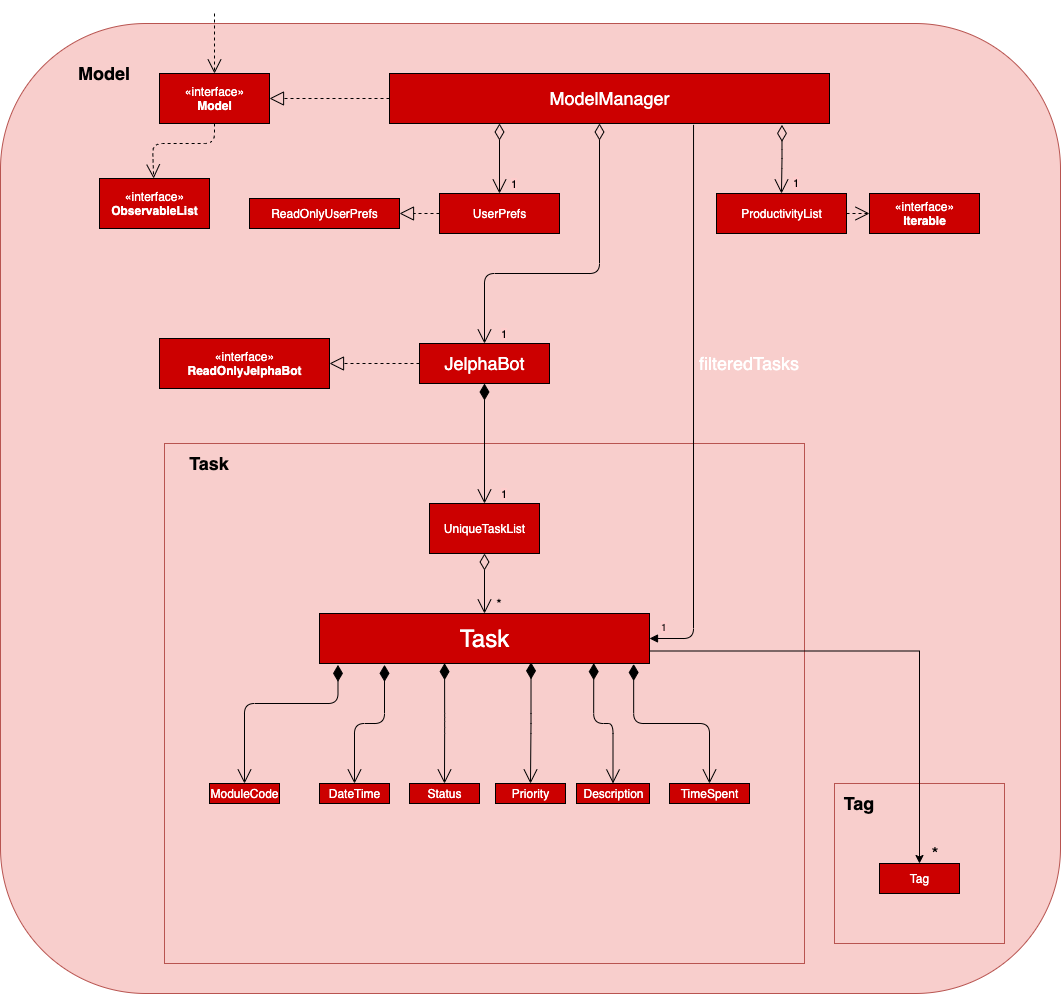
Earlier version of the draw.io export docs/images/ModelClassDiagram.png (yapdianhao/main). Source tidied: cells renumbered, new cells last; positions are measured from the earlier drawing's top-left corner, leaving out a move shared by most shapes.
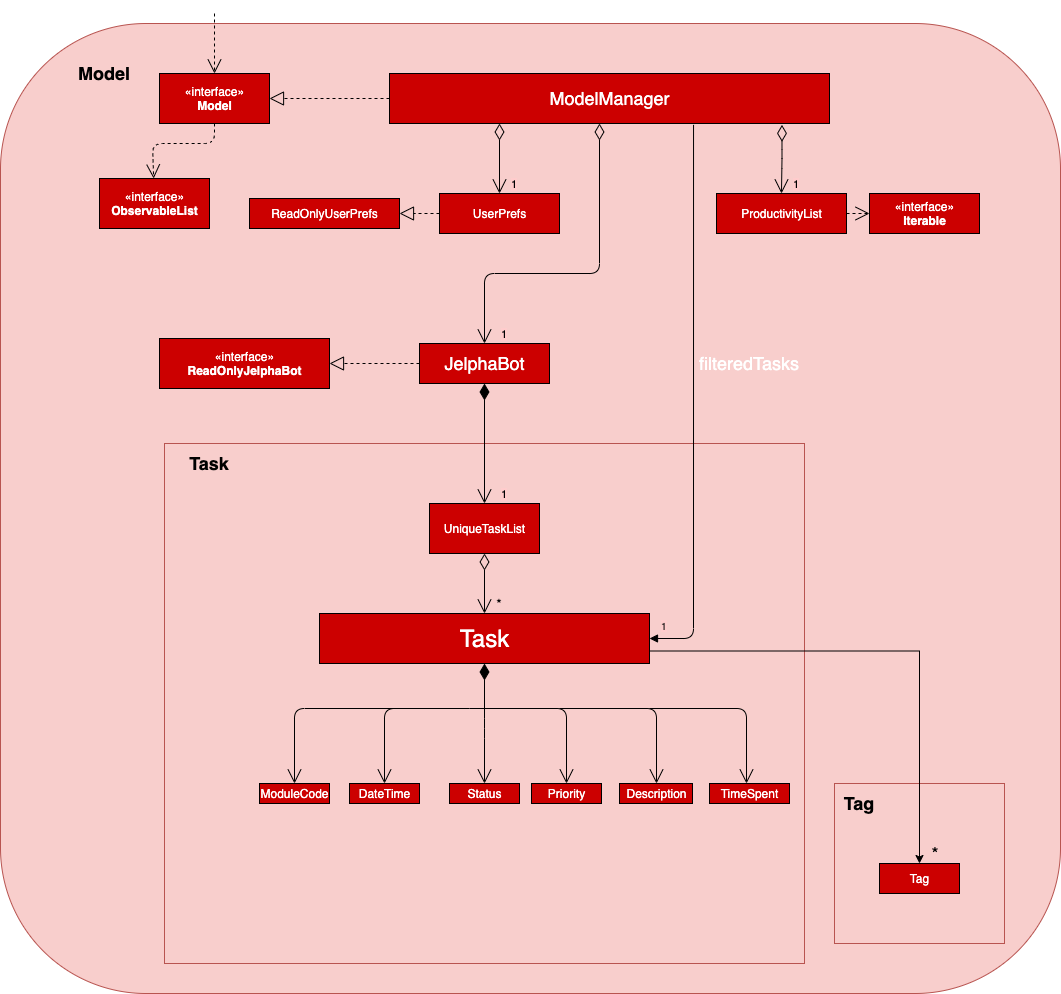
After the change.

Commit message:
Updated ModelClassDiagram to have arrows joined together instead of separate arrows

What changed in the source:
```diff
@@ -116,22 +116,22 @@
       <mxGeometry x="189" y="440" width="40" height="20" as="geometry" />
     </mxCell>
     <mxCell id="33" value="&lt;font color=&quot;#ffffff&quot;&gt;ModuleCode&lt;/font&gt;" style="html=1;shadow=0;fillColor=#CC0000;" parent="1" vertex="1">
-      <mxGeometry x="209" y="770" width="70" height="20" as="geometry" />
+      <mxGeometry x="259" y="770" width="70" height="20" as="geometry" />
     </mxCell>
     <mxCell id="34" value="&lt;font color=&quot;#ffffff&quot;&gt;Description&lt;/font&gt;" style="html=1;shadow=0;fillColor=#CC0000;" parent="1" vertex="1">
-      <mxGeometry x="576" y="770" width="73" height="20" as="geometry" />
+      <mxGeometry x="619" y="770" width="73" height="20" as="geometry" />
     </mxCell>
     <mxCell id="35" value="&lt;font color=&quot;#ffffff&quot;&gt;DateTime&lt;/font&gt;" style="html=1;shadow=0;fillColor=#CC0000;" parent="1" vertex="1">
-      <mxGeometry x="319" y="770" width="70" height="20" as="geometry" />
+      <mxGeometry x="349" y="770" width="70" height="20" as="geometry" />
     </mxCell>
     <mxCell id="36" value="&lt;font color=&quot;#ffffff&quot;&gt;Status&lt;/font&gt;" style="html=1;shadow=0;fillColor=#CC0000;" parent="1" vertex="1">
-      <mxGeometry x="409" y="770" width="70" height="20" as="geometry" />
+      <mxGeometry x="449" y="770" width="70" height="20" as="geometry" />
     </mxCell>
     <mxCell id="37" value="&lt;font color=&quot;#ffffff&quot;&gt;Priority&lt;/font&gt;" style="html=1;shadow=0;fillColor=#CC0000;" parent="1" vertex="1">
-      <mxGeometry x="495" y="770" width="70" height="20" as="geometry" />
+      <mxGeometry x="531" y="770" width="70" height="20" as="geometry" />
     </mxCell>
     <mxCell id="38" value="&lt;font color=&quot;#ffffff&quot;&gt;TimeSpent&lt;/font&gt;" style="html=1;shadow=0;fillColor=#CC0000;" parent="1" vertex="1">
-      <mxGeometry x="669" y="770" width="80" height="20" as="geometry" />
+      <mxGeometry x="709" y="770" width="80" height="20" as="geometry" />
     </mxCell>
     <mxCell id="39" value="&lt;font style=&quot;font-size: 18px&quot;&gt;&lt;b&gt;Tag&lt;/b&gt;&lt;/font&gt;" style="text;html=1;strokeColor=none;fillColor=none;align=center;verticalAlign=middle;whiteSpace=wrap;rounded=0;shadow=0;" parent="1" vertex="1">
       <mxGeometry x="839" y="780" width="40" height="20" as="geometry" />
@@ -142,31 +142,58 @@
     <mxCell id="41" value="&lt;font style=&quot;font-size: 18px&quot;&gt;*&lt;/font&gt;" style="text;html=1;strokeColor=none;fillColor=none;align=center;verticalAlign=middle;whiteSpace=wrap;rounded=0;shadow=0;" parent="1" vertex="1">
       <mxGeometry x="915" y="830" width="40" height="20" as="geometry" />
     </mxCell>
-    <mxCell id="42" style="endArrow=open;html=1;endSize=12;startArrow=diamondThin;startSize=14;startFill=1;edgeStyle=orthogonalEdgeStyle;align=left;verticalAlign=bottom;exitX=0.056;exitY=1.027;exitDx=0;exitDy=0;entryX=0.5;entryY=0;entryDx=0;entryDy=0;exitPerimeter=0;" parent="1" edge="1" source="28" target="33">
-      <mxGeometry x="-1" y="3" relative="1" as="geometry">
-        <Array as="points">
-          <mxPoint x="338" y="690" />
-          <mxPoint x="244" y="690" />
-        </Array>
-      </mxGeometry>
-    </mxCell>
-    <mxCell id="43" style="endArrow=open;html=1;endSize=12;startArrow=diamondThin;startSize=14;startFill=1;edgeStyle=orthogonalEdgeStyle;align=left;verticalAlign=bottom;exitX=0.197;exitY=1.027;exitDx=0;exitDy=0;entryX=0.5;entryY=0;entryDx=0;entryDy=0;exitPerimeter=0;" parent="1" edge="1" source="28" target="35">
-      <mxGeometry x="-1" y="3" relative="1" as="geometry" />
-    </mxCell>
-    <mxCell id="44" style="endArrow=open;html=1;endSize=12;startArrow=diamondThin;startSize=14;startFill=1;edgeStyle=orthogonalEdgeStyle;align=left;verticalAlign=bottom;exitX=0.379;exitY=0.993;exitDx=0;exitDy=0;exitPerimeter=0;entryX=0.5;entryY=0;entryDx=0;entryDy=0;" parent="1" edge="1" source="28" target="36">
-      <mxGeometry x="-1" y="3" relative="1" as="geometry" />
+    <mxCell id="44" style="endArrow=open;html=1;endSize=12;startArrow=diamondThin;startSize=14;startFill=1;edgeStyle=orthogonalEdgeStyle;align=left;verticalAlign=bottom;exitX=0.5;exitY=1;exitDx=0;exitDy=0;entryX=0.5;entryY=0;entryDx=0;entryDy=0;" parent="1" edge="1" source="28" target="36">
+      <mxGeometry x="-1" y="3" relative="1" as="geometry">
+        <Array as="points">
+          <mxPoint x="484" y="715" />
+          <mxPoint x="484" y="715" />
+        </Array>
+      </mxGeometry>
     </mxCell>
-    <mxCell id="45" style="endArrow=open;html=1;endSize=12;startArrow=diamondThin;startSize=14;startFill=1;edgeStyle=orthogonalEdgeStyle;align=left;verticalAlign=bottom;exitX=0.641;exitY=0.977;exitDx=0;exitDy=0;exitPerimeter=0;entryX=0.5;entryY=0;entryDx=0;entryDy=0;" parent="1" edge="1" source="28" target="37">
-      <mxGeometry x="-1" y="3" relative="1" as="geometry" />
-    </mxCell>
-    <mxCell id="46" style="endArrow=open;html=1;endSize=12;startArrow=diamondThin;startSize=14;startFill=1;edgeStyle=orthogonalEdgeStyle;align=left;verticalAlign=bottom;exitX=0.831;exitY=0.993;exitDx=0;exitDy=0;entryX=0.5;entryY=0;entryDx=0;entryDy=0;exitPerimeter=0;" parent="1" edge="1" source="28" target="34">
-      <mxGeometry x="-1" y="3" relative="1" as="geometry" />
-    </mxCell>
-    <mxCell id="47" style="endArrow=open;html=1;endSize=12;startArrow=diamondThin;startSize=14;startFill=1;edgeStyle=orthogonalEdgeStyle;align=left;verticalAlign=bottom;exitX=0.952;exitY=1.01;exitDx=0;exitDy=0;exitPerimeter=0;" parent="1" edge="1" source="28" target="38">
-      <mxGeometry x="-1" y="3" relative="1" as="geometry" />
-    </mxCell>
     <mxCell id="48" value="&lt;font style=&quot;font-size: 18px&quot; color=&quot;#ffffff&quot;&gt;filteredTasks&lt;/font&gt;" style="text;html=1;strokeColor=none;fillColor=none;align=center;verticalAlign=middle;whiteSpace=wrap;rounded=0;" parent="1" vertex="1">
       <mxGeometry x="729" y="340" width="40" height="20" as="geometry" />
     </mxCell>
+    <mxCell id="49" style="endArrow=open;endFill=1;endSize=12;html=1;entryX=0.5;entryY=0;entryDx=0;entryDy=0;" parent="1" edge="1" target="35">
+      <mxGeometry relative="1" as="geometry">
+        <mxPoint x="469" y="695" as="sourcePoint" />
+        <Array as="points">
+          <mxPoint x="384" y="695" />
+        </Array>
+      </mxGeometry>
+    </mxCell>
+    <mxCell id="50" style="endArrow=open;endFill=1;endSize=12;html=1;entryX=0.5;entryY=0;entryDx=0;entryDy=0;" parent="1" edge="1" target="33">
+      <mxGeometry relative="1" as="geometry">
+        <mxPoint x="409" y="695" as="sourcePoint" />
+        <Array as="points">
+          <mxPoint x="294" y="695" />
+        </Array>
+      </mxGeometry>
+    </mxCell>
+    <mxCell id="51" style="endArrow=open;endFill=1;endSize=12;html=1;entryX=0.5;entryY=0;entryDx=0;entryDy=0;" parent="1" edge="1" target="37">
+      <mxGeometry relative="1" as="geometry">
+        <mxPoint x="469" y="695" as="sourcePoint" />
+        <Array as="points">
+          <mxPoint x="566" y="695" />
+        </Array>
+      </mxGeometry>
+    </mxCell>
+    <mxCell id="52" style="endArrow=open;endFill=1;endSize=12;html=1;entryX=0.5;entryY=0;entryDx=0;entryDy=0;" parent="1" edge="1">
+      <mxGeometry relative="1" as="geometry">
+        <mxPoint x="559" y="695" as="sourcePoint" />
+        <mxPoint x="656" y="770" as="targetPoint" />
+        <Array as="points">
+          <mxPoint x="656" y="695" />
+        </Array>
+      </mxGeometry>
+    </mxCell>
+    <mxCell id="53" style="endArrow=open;endFill=1;endSize=12;html=1;" parent="1" edge="1">
+      <mxGeometry relative="1" as="geometry">
+        <mxPoint x="649" y="695" as="sourcePoint" />
+        <mxPoint x="746" y="770" as="targetPoint" />
+        <Array as="points">
+          <mxPoint x="746" y="695" />
+        </Array>
+      </mxGeometry>
+    </mxCell>
   </root>
 </mxGraphModel>
```
